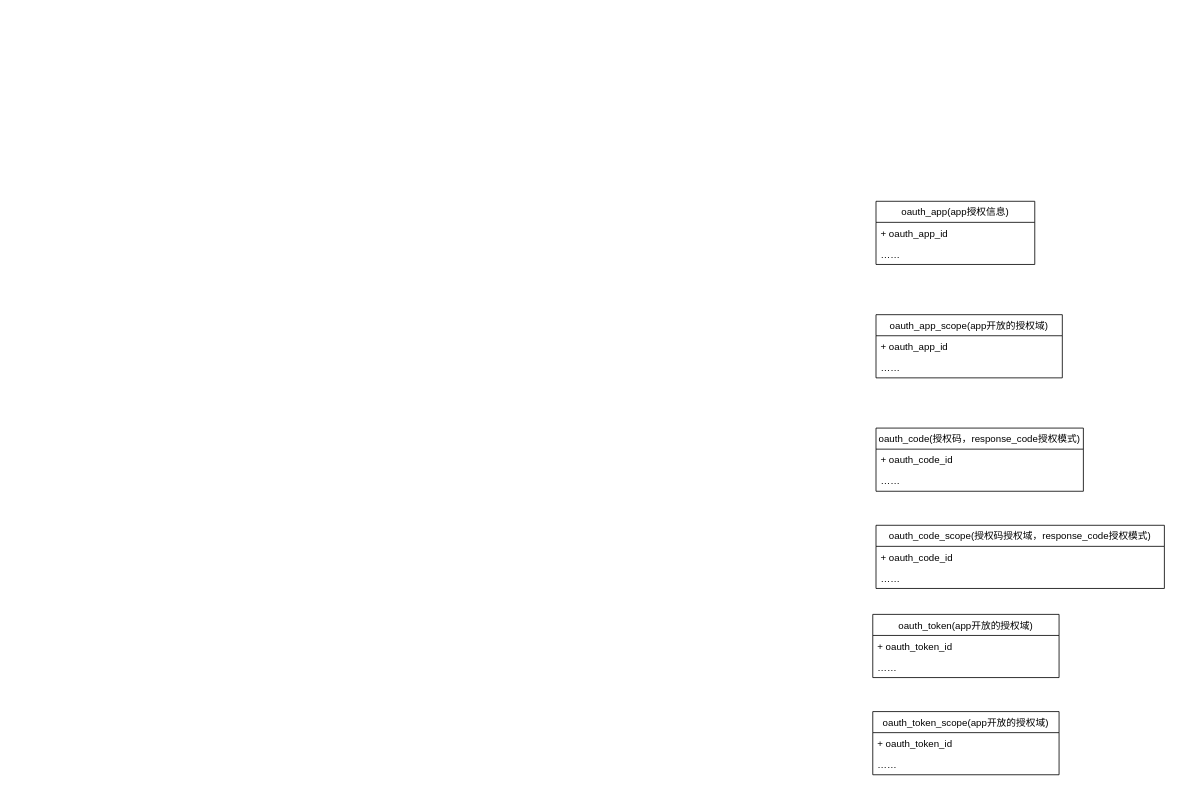
Earlier version of the draw.io diagram zaimi-saas-db.drawio (iswear/draw.io). Source tidied: cells renumbered, new cells numbered last; positions are measured from the earlier drawing's top-left corner, leaving out a move shared by most shapes. Both pictures are drawn from the tidied source at 81%, with x=0, y=0 at pixel (872, 201).
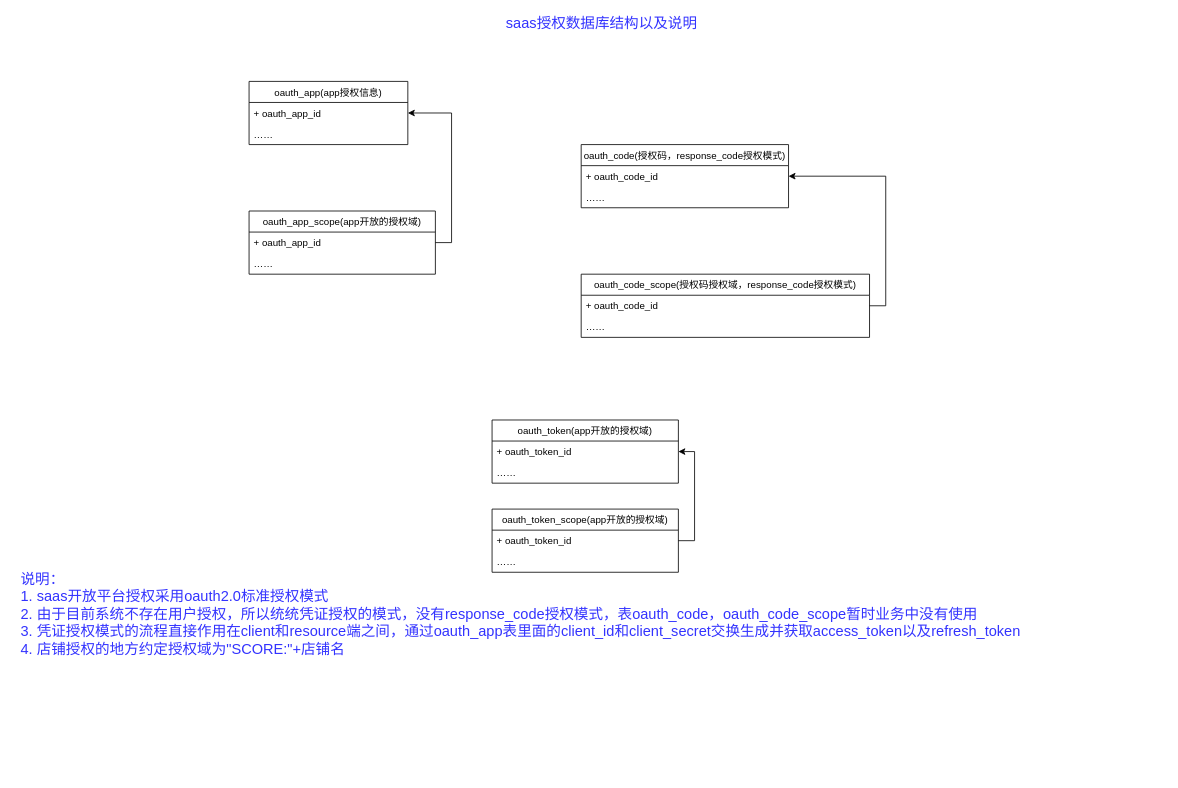
Above is the later version.

Unchanged cells that the change refers to:
```xml
<mxCell id="3" value="+ oauth_app_id" style="text;strokeColor=none;fillColor=none;align=left;verticalAlign=top;spacingLeft=4;spacingRight=4;overflow=hidden;points=[[0,0.5],[1,0.5]];portConstraint=eastwest;" parent="2" vertex="1">
  <mxGeometry y="26" width="196" height="26" as="geometry" />
</mxCell>
<mxCell id="6" value="+ oauth_app_id" style="text;strokeColor=none;fillColor=none;align=left;verticalAlign=top;spacingLeft=4;spacingRight=4;overflow=hidden;points=[[0,0.5],[1,0.5]];portConstraint=eastwest;" parent="5" vertex="1">
  <mxGeometry y="26" width="230" height="26" as="geometry" />
</mxCell>
<mxCell id="9" value="+ oauth_code_id" style="text;strokeColor=none;fillColor=none;align=left;verticalAlign=top;spacingLeft=4;spacingRight=4;overflow=hidden;points=[[0,0.5],[1,0.5]];portConstraint=eastwest;" parent="8" vertex="1">
  <mxGeometry y="26" width="256" height="26" as="geometry" />
</mxCell>
<mxCell id="12" value="+ oauth_code_id" style="text;strokeColor=none;fillColor=none;align=left;verticalAlign=top;spacingLeft=4;spacingRight=4;overflow=hidden;points=[[0,0.5],[1,0.5]];portConstraint=eastwest;" parent="11" vertex="1">
  <mxGeometry y="26" width="356" height="26" as="geometry" />
</mxCell>
<mxCell id="15" value="+ oauth_token_id" style="text;strokeColor=none;fillColor=none;align=left;verticalAlign=top;spacingLeft=4;spacingRight=4;overflow=hidden;points=[[0,0.5],[1,0.5]];portConstraint=eastwest;" parent="14" vertex="1">
  <mxGeometry y="26" width="230" height="26" as="geometry" />
</mxCell>
<mxCell id="18" value="+ oauth_token_id" style="text;strokeColor=none;fillColor=none;align=left;verticalAlign=top;spacingLeft=4;spacingRight=4;overflow=hidden;points=[[0,0.5],[1,0.5]];portConstraint=eastwest;" parent="17" vertex="1">
  <mxGeometry y="26" width="230" height="26" as="geometry" />
</mxCell>
```

Change to the diagram source:
```diff
@@
     <mxCell id="2" value="oauth_app(app授权信息)" style="swimlane;fontStyle=0;horizontal=1;startSize=26;fillColor=none;" parent="1" vertex="1">
-      <mxGeometry x="4" width="196" height="78" as="geometry" />
+      <mxGeometry x="-770" y="-148" width="196" height="78" as="geometry" />
     </mxCell>
@@
     <mxCell id="5" value="oauth_app_scope(app开放的授权域)" style="swimlane;fontStyle=0;horizontal=1;startSize=26;fillColor=none;" parent="1" vertex="1">
-      <mxGeometry x="4" y="140" width="230" height="78" as="geometry" />
+      <mxGeometry x="-770" y="12" width="230" height="78" as="geometry" />
     </mxCell>
@@
     <mxCell id="8" value="oauth_code(授权码，response_code授权模式)" style="swimlane;fontStyle=0;horizontal=1;startSize=26;fillColor=none;" parent="1" vertex="1">
-      <mxGeometry x="4" y="280" width="256" height="78" as="geometry" />
+      <mxGeometry x="-360" y="-70" width="256" height="78" as="geometry" />
     </mxCell>
@@
     <mxCell id="11" value="oauth_code_scope(授权码授权域，response_code授权模式)" style="swimlane;fontStyle=0;horizontal=1;startSize=26;fillColor=none;" parent="1" vertex="1">
-      <mxGeometry x="4" y="400" width="356" height="78" as="geometry" />
+      <mxGeometry x="-360" y="90" width="356" height="78" as="geometry" />
     </mxCell>
@@
     <mxCell id="14" value="oauth_token(app开放的授权域)" style="swimlane;fontStyle=0;horizontal=1;startSize=26;fillColor=none;" parent="1" vertex="1">
-      <mxGeometry y="510" width="230" height="78" as="geometry" />
+      <mxGeometry x="-470" y="270" width="230" height="78" as="geometry" />
     </mxCell>
@@
     <mxCell id="17" value="oauth_token_scope(app开放的授权域)" style="swimlane;fontStyle=0;horizontal=1;startSize=26;fillColor=none;" parent="1" vertex="1">
-      <mxGeometry y="630" width="230" height="78" as="geometry" />
+      <mxGeometry x="-470" y="380" width="230" height="78" as="geometry" />
     </mxCell>
@@
+    <mxCell id="20" value="&lt;font style=&quot;font-size: 18px&quot; color=&quot;#3333ff&quot;&gt;saas授权数据库结构以及说明&lt;/font&gt;" style="text;html=1;align=center;verticalAlign=middle;strokeColor=none;" parent="1" vertex="1">
+      <mxGeometry x="-460" y="-230" width="250" height="20" as="geometry" />
+    </mxCell>
+    <mxCell id="21" style="edgeStyle=orthogonalEdgeStyle;rounded=0;jettySize=auto;html=1;exitX=1;exitY=0.5;exitDx=0;exitDy=0;entryX=1;entryY=0.5;entryDx=0;entryDy=0;" parent="1" edge="1" source="6" target="3">
+      <mxGeometry relative="1" as="geometry" />
+    </mxCell>
+    <mxCell id="22" style="edgeStyle=orthogonalEdgeStyle;rounded=0;jettySize=auto;html=1;exitX=1;exitY=0.5;exitDx=0;exitDy=0;entryX=1;entryY=0.5;entryDx=0;entryDy=0;" parent="1" edge="1" source="12" target="9">
+      <mxGeometry relative="1" as="geometry" />
+    </mxCell>
+    <mxCell id="23" style="edgeStyle=orthogonalEdgeStyle;rounded=0;jettySize=auto;html=1;exitX=1;exitY=0.5;exitDx=0;exitDy=0;entryX=1;entryY=0.5;entryDx=0;entryDy=0;" parent="1" edge="1" source="18" target="15">
+      <mxGeometry relative="1" as="geometry" />
+    </mxCell>
+    <mxCell id="24" value="&lt;div style=&quot;text-align: left&quot;&gt;&lt;span style=&quot;font-size: 18px ; color: rgb(51 , 51 , 255)&quot;&gt;说明：&lt;/span&gt;&lt;/div&gt;&lt;div style=&quot;text-align: left&quot;&gt;&lt;span style=&quot;font-size: 18px ; color: rgb(51 , 51 , 255)&quot;&gt;1.&amp;nbsp;saas开放平台授权采用oauth2.0标准授权模式&lt;/span&gt;&lt;/div&gt;&lt;div style=&quot;text-align: left&quot;&gt;&lt;span style=&quot;font-size: 18px ; color: rgb(51 , 51 , 255)&quot;&gt;2. 由于目前系统不存在用户授权，所以统统凭证授权的模式，没有response_code授权模式，表oauth_code，oauth_code_scope暂时业务中没有使用&lt;/span&gt;&lt;/div&gt;&lt;div style=&quot;text-align: left&quot;&gt;&lt;span style=&quot;font-size: 18px ; color: rgb(51 , 51 , 255)&quot;&gt;3.&amp;nbsp;凭证授权模式的流程直接作用在client和resource端之间，通过oauth_app表里面的client_id和client_secret交换生成并获取access_token以及refresh_token&lt;/span&gt;&lt;/div&gt;&lt;div style=&quot;text-align: left&quot;&gt;&lt;span style=&quot;font-size: 18px ; color: rgb(51 , 51 , 255)&quot;&gt;4.&amp;nbsp;店铺授权的地方约定授权域为&quot;SCORE:&quot;+店铺名&lt;/span&gt;&lt;/div&gt;" style="text;html=1;align=center;verticalAlign=middle;strokeColor=none;" parent="1" vertex="1">
+      <mxGeometry x="-1060" y="465" width="1250" height="90" as="geometry" />
+    </mxCell>
```
